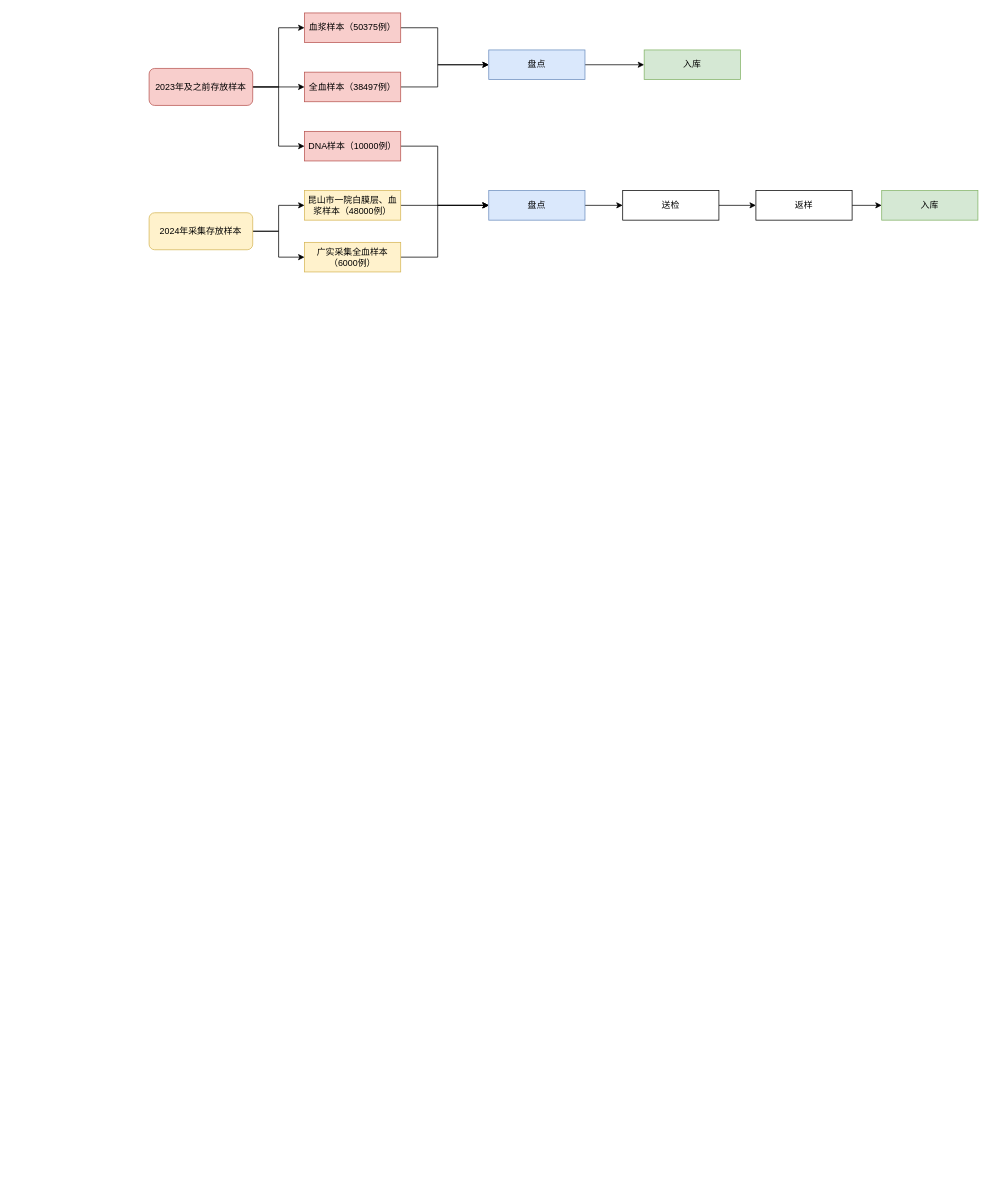
This is 未命名绘图.drawio from kkshaxqd/pipline_contral, a draw.io file, before an edit. Source tidied: cells renumbered, new cells numbered last; positions are measured from the earlier drawing's top-left corner, leaving out a move shared by most shapes. Both pictures are drawn from the tidied source at 74%, with x=0, y=0 at pixel (149, 13).
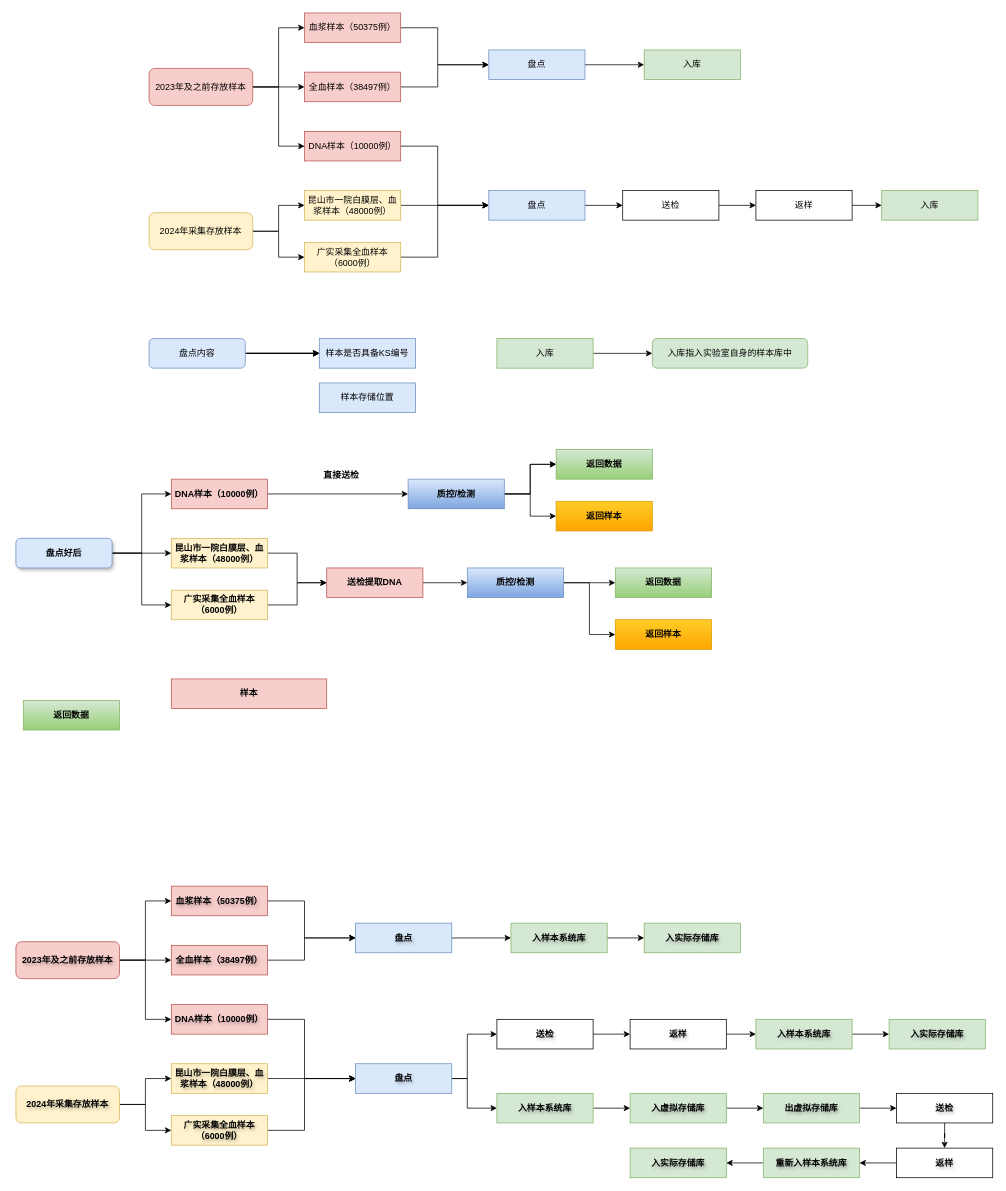
The same page after the edit.

Commit message:
样本库流程绘图.drawio

Diff of the diagram source:
```diff
@@
+    <mxCell id="29" style="edgeStyle=orthogonalEdgeStyle;rounded=0;jettySize=auto;html=1;" parent="1" edge="1" source="33" target="34">
+      <mxGeometry relative="1" as="geometry" />
+    </mxCell>
+    <mxCell id="30" style="edgeStyle=orthogonalEdgeStyle;rounded=0;jettySize=auto;html=1;" parent="1" edge="1" source="33" target="34">
+      <mxGeometry relative="1" as="geometry" />
+    </mxCell>
+    <mxCell id="31" style="edgeStyle=orthogonalEdgeStyle;rounded=0;jettySize=auto;html=1;" parent="1" edge="1" source="33" target="34">
+      <mxGeometry relative="1" as="geometry" />
+    </mxCell>
+    <mxCell id="32" style="edgeStyle=orthogonalEdgeStyle;rounded=0;jettySize=auto;html=1;" parent="1" edge="1" source="33" target="34">
+      <mxGeometry relative="1" as="geometry" />
+    </mxCell>
+    <mxCell id="33" value="盘点内容" style="rounded=1;whiteSpace=wrap;html=1;fillColor=#dae8fc;strokeColor=#6c8ebf;" parent="1" vertex="1">
+      <mxGeometry y="440" width="130" height="40" as="geometry" />
+    </mxCell>
+    <mxCell id="34" value="样本是否具备KS编号" style="rounded=0;whiteSpace=wrap;html=1;fillColor=#dae8fc;strokeColor=#6c8ebf;" parent="1" vertex="1">
+      <mxGeometry x="230" y="440" width="130" height="40" as="geometry" />
+    </mxCell>
+    <mxCell id="35" value="样本存储位置" style="rounded=0;whiteSpace=wrap;html=1;fillColor=#dae8fc;strokeColor=#6c8ebf;" parent="1" vertex="1">
+      <mxGeometry x="230" y="500" width="130" height="40" as="geometry" />
+    </mxCell>
+    <mxCell id="36" style="edgeStyle=orthogonalEdgeStyle;rounded=0;jettySize=auto;html=1;" parent="1" edge="1" source="37" target="38">
+      <mxGeometry relative="1" as="geometry" />
+    </mxCell>
+    <mxCell id="37" value="入库" style="rounded=0;whiteSpace=wrap;html=1;fillColor=#d5e8d4;strokeColor=#82b366;" parent="1" vertex="1">
+      <mxGeometry x="470" y="440" width="130" height="40" as="geometry" />
+    </mxCell>
+    <mxCell id="38" value="入库指入实验室自身的样本库中" style="rounded=1;whiteSpace=wrap;html=1;fillColor=#d5e8d4;strokeColor=#82b366;" parent="1" vertex="1">
+      <mxGeometry x="680" y="440" width="210" height="40" as="geometry" />
+    </mxCell>
+    <mxCell id="39" style="edgeStyle=orthogonalEdgeStyle;rounded=0;jettySize=auto;html=1;entryX=0;entryY=0.5;entryDx=0;entryDy=0;fontStyle=1;" parent="1" edge="1" source="40" target="53">
+      <mxGeometry relative="1" as="geometry" />
+    </mxCell>
+    <mxCell id="40" value="DNA样本（10000例）" style="rounded=0;whiteSpace=wrap;html=1;fillColor=#f8cecc;strokeColor=#b85450;fontStyle=1;" parent="1" vertex="1">
+      <mxGeometry x="30" y="630" width="130" height="40" as="geometry" />
+    </mxCell>
+    <mxCell id="41" style="edgeStyle=orthogonalEdgeStyle;rounded=0;jettySize=auto;html=1;entryX=0;entryY=0.5;entryDx=0;entryDy=0;fontStyle=1;" parent="1" edge="1" source="42" target="56">
+      <mxGeometry relative="1" as="geometry" />
+    </mxCell>
+    <mxCell id="42" value="昆山市一院白膜层、血浆样本（48000例）" style="rounded=0;whiteSpace=wrap;html=1;fillColor=#fff2cc;strokeColor=#d6b656;fontStyle=1;" parent="1" vertex="1">
+      <mxGeometry x="30" y="710" width="130" height="40" as="geometry" />
+    </mxCell>
+    <mxCell id="43" style="edgeStyle=orthogonalEdgeStyle;rounded=0;jettySize=auto;html=1;entryX=0;entryY=0.5;entryDx=0;entryDy=0;fontStyle=1;" parent="1" edge="1" source="44" target="56">
+      <mxGeometry relative="1" as="geometry" />
+    </mxCell>
+    <mxCell id="44" value="广实采集全血样本（6000例）" style="rounded=0;whiteSpace=wrap;html=1;fillColor=#fff2cc;strokeColor=#d6b656;fontStyle=1;" parent="1" vertex="1">
+      <mxGeometry x="30" y="780" width="130" height="40" as="geometry" />
+    </mxCell>
+    <mxCell id="45" value="返回样本" style="rounded=0;whiteSpace=wrap;html=1;fillColor=#ffcd28;gradientColor=#ffa500;strokeColor=#d79b00;fontStyle=1;" parent="1" vertex="1">
+      <mxGeometry x="550" y="660" width="130" height="40" as="geometry" />
+    </mxCell>
+    <mxCell id="46" style="edgeStyle=orthogonalEdgeStyle;rounded=0;jettySize=auto;html=1;entryX=0;entryY=0.5;entryDx=0;entryDy=0;fontStyle=1;" parent="1" edge="1" source="49" target="40">
+      <mxGeometry relative="1" as="geometry" />
+    </mxCell>
+    <mxCell id="47" style="edgeStyle=orthogonalEdgeStyle;rounded=0;jettySize=auto;html=1;entryX=0;entryY=0.5;entryDx=0;entryDy=0;fontStyle=1;" parent="1" edge="1" source="49" target="42">
+      <mxGeometry relative="1" as="geometry" />
+    </mxCell>
+    <mxCell id="48" style="edgeStyle=orthogonalEdgeStyle;rounded=0;jettySize=auto;html=1;entryX=0;entryY=0.5;entryDx=0;entryDy=0;fontStyle=1;" parent="1" edge="1" source="49" target="44">
+      <mxGeometry relative="1" as="geometry" />
+    </mxCell>
+    <mxCell id="49" value="盘点好后" style="rounded=1;whiteSpace=wrap;html=1;fillColor=#dae8fc;strokeColor=#6c8ebf;shadow=1;fontStyle=1;" parent="1" vertex="1">
+      <mxGeometry x="-180" y="710" width="130" height="40" as="geometry" />
+    </mxCell>
+    <mxCell id="50" style="edgeStyle=orthogonalEdgeStyle;rounded=0;jettySize=auto;html=1;fontStyle=1;" parent="1" edge="1" source="53" target="54">
+      <mxGeometry relative="1" as="geometry" />
+    </mxCell>
+    <mxCell id="51" style="edgeStyle=orthogonalEdgeStyle;rounded=0;jettySize=auto;html=1;fontStyle=1;" parent="1" edge="1" source="53" target="54">
+      <mxGeometry relative="1" as="geometry" />
+    </mxCell>
+    <mxCell id="52" style="edgeStyle=orthogonalEdgeStyle;rounded=0;jettySize=auto;html=1;entryX=0;entryY=0.5;entryDx=0;entryDy=0;fontStyle=1;" parent="1" edge="1" source="53" target="45">
+      <mxGeometry relative="1" as="geometry" />
+    </mxCell>
+    <mxCell id="53" value="质控/检测" style="rounded=0;whiteSpace=wrap;html=1;fillColor=#dae8fc;gradientColor=#7ea6e0;strokeColor=#6c8ebf;fontStyle=1;" parent="1" vertex="1">
+      <mxGeometry x="350" y="630" width="130" height="40" as="geometry" />
+    </mxCell>
+    <mxCell id="54" value="返回数据" style="rounded=0;whiteSpace=wrap;html=1;fillColor=#d5e8d4;strokeColor=#82b366;gradientColor=#97d077;fontStyle=1;" parent="1" vertex="1">
+      <mxGeometry x="550" y="590" width="130" height="40" as="geometry" />
+    </mxCell>
+    <mxCell id="55" style="edgeStyle=orthogonalEdgeStyle;rounded=0;jettySize=auto;html=1;fontStyle=1;" parent="1" edge="1" source="56" target="59">
+      <mxGeometry relative="1" as="geometry" />
+    </mxCell>
+    <mxCell id="56" value="送检提取DNA" style="rounded=0;whiteSpace=wrap;html=1;fillColor=#f8cecc;strokeColor=#b85450;fontStyle=1;" parent="1" vertex="1">
+      <mxGeometry x="240" y="750" width="130" height="40" as="geometry" />
+    </mxCell>
+    <mxCell id="57" style="edgeStyle=orthogonalEdgeStyle;rounded=0;jettySize=auto;html=1;fontStyle=1;" parent="1" edge="1" source="59" target="61">
+      <mxGeometry relative="1" as="geometry" />
+    </mxCell>
+    <mxCell id="58" style="edgeStyle=orthogonalEdgeStyle;rounded=0;jettySize=auto;html=1;entryX=0;entryY=0.5;entryDx=0;entryDy=0;fontStyle=1;" parent="1" edge="1" source="59" target="62">
+      <mxGeometry relative="1" as="geometry" />
+    </mxCell>
+    <mxCell id="59" value="质控/检测" style="rounded=0;whiteSpace=wrap;html=1;fillColor=#dae8fc;gradientColor=#7ea6e0;strokeColor=#6c8ebf;fontStyle=1;" parent="1" vertex="1">
+      <mxGeometry x="430" y="750" width="130" height="40" as="geometry" />
+    </mxCell>
+    <mxCell id="60" value="直接送检" style="text;html=1;align=center;verticalAlign=middle;whiteSpace=wrap;rounded=0;fontStyle=1;" parent="1" vertex="1">
+      <mxGeometry x="230" y="610" width="60" height="30" as="geometry" />
+    </mxCell>
+    <mxCell id="61" value="返回数据" style="rounded=0;whiteSpace=wrap;html=1;fillColor=#d5e8d4;gradientColor=#97d077;strokeColor=#82b366;fontStyle=1;" parent="1" vertex="1">
+      <mxGeometry x="630" y="750" width="130" height="40" as="geometry" />
+    </mxCell>
+    <mxCell id="62" value="返回样本" style="rounded=0;whiteSpace=wrap;html=1;fillColor=#ffcd28;gradientColor=#ffa500;strokeColor=#d79b00;fontStyle=1;" parent="1" vertex="1">
+      <mxGeometry x="630" y="820" width="130" height="40" as="geometry" />
+    </mxCell>
+    <mxCell id="63" value="返回数据" style="rounded=0;whiteSpace=wrap;html=1;fillColor=#d5e8d4;strokeColor=#82b366;gradientColor=#97d077;fontStyle=1;" parent="1" vertex="1">
+      <mxGeometry x="-170" y="929" width="130" height="40" as="geometry" />
+    </mxCell>
+    <mxCell id="64" value="样本" style="rounded=0;whiteSpace=wrap;html=1;fillColor=#f8cecc;strokeColor=#b85450;fontStyle=1;" parent="1" vertex="1">
+      <mxGeometry x="30" y="900" width="210" height="40" as="geometry" />
+    </mxCell>
+    <mxCell id="65" style="edgeStyle=orthogonalEdgeStyle;rounded=0;jettySize=auto;html=1;fontStyle=1;textShadow=1;" parent="1" edge="1" source="66" target="79">
+      <mxGeometry relative="1" as="geometry">
+        <Array as="points">
+          <mxPoint x="210" y="1200" />
+          <mxPoint x="210" y="1250" />
+        </Array>
+      </mxGeometry>
+    </mxCell>
+    <mxCell id="66" value="血浆样本（50375例）" style="rounded=0;whiteSpace=wrap;html=1;fillColor=#f8cecc;strokeColor=#b85450;fontStyle=1;textShadow=1;" parent="1" vertex="1">
+      <mxGeometry x="30" y="1180" width="130" height="40" as="geometry" />
+    </mxCell>
+    <mxCell id="67" style="edgeStyle=orthogonalEdgeStyle;rounded=0;jettySize=auto;html=1;entryX=0;entryY=0.5;entryDx=0;entryDy=0;fontStyle=1;textShadow=1;" parent="1" edge="1" source="68" target="79">
+      <mxGeometry relative="1" as="geometry">
+        <Array as="points">
+          <mxPoint x="210" y="1280" />
+          <mxPoint x="210" y="1250" />
+        </Array>
+      </mxGeometry>
+    </mxCell>
+    <mxCell id="68" value="全血样本（38497例）" style="rounded=0;whiteSpace=wrap;html=1;fillColor=#f8cecc;strokeColor=#b85450;fontStyle=1;textShadow=1;" parent="1" vertex="1">
+      <mxGeometry x="30" y="1260" width="130" height="40" as="geometry" />
+    </mxCell>
+    <mxCell id="69" style="edgeStyle=orthogonalEdgeStyle;rounded=0;jettySize=auto;html=1;fontStyle=1;textShadow=1;" parent="1" edge="1" source="70" target="77">
+      <mxGeometry relative="1" as="geometry">
+        <Array as="points">
+          <mxPoint x="210" y="1360" />
+          <mxPoint x="210" y="1440" />
+        </Array>
+      </mxGeometry>
+    </mxCell>
+    <mxCell id="70" value="DNA样本（10000例）" style="rounded=0;whiteSpace=wrap;html=1;fillColor=#f8cecc;strokeColor=#b85450;fontStyle=1;textShadow=1;" parent="1" vertex="1">
+      <mxGeometry x="30" y="1340" width="130" height="40" as="geometry" />
+    </mxCell>
+    <mxCell id="71" style="edgeStyle=orthogonalEdgeStyle;rounded=0;jettySize=auto;html=1;entryX=0;entryY=0.5;entryDx=0;entryDy=0;fontStyle=1;textShadow=1;" parent="1" edge="1" source="72" target="77">
+      <mxGeometry relative="1" as="geometry" />
+    </mxCell>
+    <mxCell id="72" value="昆山市一院白膜层、血浆样本（48000例）" style="rounded=0;whiteSpace=wrap;html=1;fillColor=#fff2cc;strokeColor=#d6b656;fontStyle=1;textShadow=1;" parent="1" vertex="1">
+      <mxGeometry x="30" y="1420" width="130" height="40" as="geometry" />
+    </mxCell>
+    <mxCell id="73" style="edgeStyle=orthogonalEdgeStyle;rounded=0;jettySize=auto;html=1;entryX=0;entryY=0.5;entryDx=0;entryDy=0;fontStyle=1;textShadow=1;" parent="1" edge="1" source="74" target="77">
+      <mxGeometry relative="1" as="geometry">
+        <Array as="points">
+          <mxPoint x="210" y="1510" />
+          <mxPoint x="210" y="1440" />
+        </Array>
+      </mxGeometry>
+    </mxCell>
+    <mxCell id="74" value="广实采集全血样本（6000例）" style="rounded=0;whiteSpace=wrap;html=1;fillColor=#fff2cc;strokeColor=#d6b656;fontStyle=1;textShadow=1;" parent="1" vertex="1">
+      <mxGeometry x="30" y="1490" width="130" height="40" as="geometry" />
+    </mxCell>
+    <mxCell id="75" style="edgeStyle=orthogonalEdgeStyle;rounded=0;jettySize=auto;html=1;fontStyle=1;textShadow=1;" parent="1" edge="1" source="77" target="81">
+      <mxGeometry relative="1" as="geometry">
+        <Array as="points">
+          <mxPoint x="430" y="1440" />
+          <mxPoint x="430" y="1380" />
+        </Array>
+      </mxGeometry>
+    </mxCell>
+    <mxCell id="76" style="edgeStyle=orthogonalEdgeStyle;rounded=0;jettySize=auto;html=1;entryX=0;entryY=0.5;entryDx=0;entryDy=0;fontStyle=1;textShadow=1;" parent="1" edge="1" source="77" target="98">
+      <mxGeometry relative="1" as="geometry">
+        <Array as="points">
+          <mxPoint x="430" y="1440" />
+          <mxPoint x="430" y="1480" />
+        </Array>
+      </mxGeometry>
+    </mxCell>
+    <mxCell id="77" value="盘点" style="rounded=0;whiteSpace=wrap;html=1;fillColor=#dae8fc;strokeColor=#6c8ebf;fontStyle=1;textShadow=1;" parent="1" vertex="1">
+      <mxGeometry x="279" y="1420" width="130" height="40" as="geometry" />
+    </mxCell>
+    <mxCell id="78" style="edgeStyle=orthogonalEdgeStyle;rounded=0;jettySize=auto;html=1;fontStyle=1;textShadow=1;" parent="1" edge="1" source="79" target="87">
+      <mxGeometry relative="1" as="geometry" />
+    </mxCell>
+    <mxCell id="79" value="盘点" style="rounded=0;whiteSpace=wrap;html=1;fillColor=#dae8fc;strokeColor=#6c8ebf;fontStyle=1;textShadow=1;" parent="1" vertex="1">
+      <mxGeometry x="279" y="1230" width="130" height="40" as="geometry" />
+    </mxCell>
+    <mxCell id="80" style="edgeStyle=orthogonalEdgeStyle;rounded=0;jettySize=auto;html=1;fontStyle=1;textShadow=1;" parent="1" edge="1" source="81" target="83">
+      <mxGeometry relative="1" as="geometry" />
+    </mxCell>
+    <mxCell id="81" value="送检" style="rounded=0;whiteSpace=wrap;html=1;fontStyle=1;textShadow=1;" parent="1" vertex="1">
+      <mxGeometry x="470" y="1360" width="130" height="40" as="geometry" />
+    </mxCell>
+    <mxCell id="82" style="edgeStyle=orthogonalEdgeStyle;rounded=0;jettySize=auto;html=1;fontStyle=1;textShadow=1;" parent="1" edge="1" source="83" target="85">
+      <mxGeometry relative="1" as="geometry" />
+    </mxCell>
+    <mxCell id="83" value="返样" style="rounded=0;whiteSpace=wrap;html=1;fontStyle=1;textShadow=1;" parent="1" vertex="1">
+      <mxGeometry x="650" y="1360" width="130" height="40" as="geometry" />
+    </mxCell>
+    <mxCell id="84" style="edgeStyle=orthogonalEdgeStyle;rounded=0;jettySize=auto;html=1;fontStyle=1;textShadow=1;" parent="1" edge="1" source="85" target="96">
+      <mxGeometry relative="1" as="geometry" />
+    </mxCell>
+    <mxCell id="85" value="入样本系统库" style="rounded=0;whiteSpace=wrap;html=1;fillColor=#d5e8d4;strokeColor=#82b366;fontStyle=1;textShadow=1;" parent="1" vertex="1">
+      <mxGeometry x="820" y="1360" width="130" height="40" as="geometry" />
+    </mxCell>
+    <mxCell id="86" style="edgeStyle=orthogonalEdgeStyle;rounded=0;jettySize=auto;html=1;fontStyle=1;textShadow=1;" parent="1" edge="1" source="87" target="95">
+      <mxGeometry relative="1" as="geometry" />
+    </mxCell>
+    <mxCell id="87" value="入样本系统库" style="rounded=0;whiteSpace=wrap;html=1;fillColor=#d5e8d4;strokeColor=#82b366;fontStyle=1;textShadow=1;" parent="1" vertex="1">
+      <mxGeometry x="489" y="1230" width="130" height="40" as="geometry" />
+    </mxCell>
+    <mxCell id="88" style="edgeStyle=orthogonalEdgeStyle;rounded=0;jettySize=auto;html=1;entryX=0;entryY=0.5;entryDx=0;entryDy=0;fontStyle=1;textShadow=1;" parent="1" edge="1" source="91" target="66">
+      <mxGeometry relative="1" as="geometry" />
+    </mxCell>
+    <mxCell id="89" style="edgeStyle=orthogonalEdgeStyle;rounded=0;jettySize=auto;html=1;entryX=0;entryY=0.5;entryDx=0;entryDy=0;fontStyle=1;textShadow=1;" parent="1" edge="1" source="91" target="68">
+      <mxGeometry relative="1" as="geometry" />
+    </mxCell>
+    <mxCell id="90" style="edgeStyle=orthogonalEdgeStyle;rounded=0;jettySize=auto;html=1;entryX=0;entryY=0.5;entryDx=0;entryDy=0;fontStyle=1;textShadow=1;" parent="1" edge="1" source="91" target="70">
+      <mxGeometry relative="1" as="geometry" />
+    </mxCell>
+    <mxCell id="91" value="2023年及之前存放样本" style="rounded=1;whiteSpace=wrap;html=1;fillColor=#f8cecc;strokeColor=#b85450;fontStyle=1;textShadow=1;" parent="1" vertex="1">
+      <mxGeometry x="-180" y="1255" width="140" height="50" as="geometry" />
+    </mxCell>
+    <mxCell id="92" style="edgeStyle=orthogonalEdgeStyle;rounded=0;jettySize=auto;html=1;entryX=0;entryY=0.5;entryDx=0;entryDy=0;fontStyle=1;textShadow=1;" parent="1" edge="1" source="94" target="72">
+      <mxGeometry relative="1" as="geometry" />
+    </mxCell>
+    <mxCell id="93" style="edgeStyle=orthogonalEdgeStyle;rounded=0;jettySize=auto;html=1;entryX=0;entryY=0.5;entryDx=0;entryDy=0;fontStyle=1;textShadow=1;" parent="1" edge="1" source="94" target="74">
+      <mxGeometry relative="1" as="geometry" />
+    </mxCell>
+    <mxCell id="94" value="2024年采集存放样本" style="rounded=1;whiteSpace=wrap;html=1;fillColor=#fff2cc;strokeColor=#d6b656;fontStyle=1;textShadow=1;" parent="1" vertex="1">
+      <mxGeometry x="-180" y="1450" width="140" height="50" as="geometry" />
+    </mxCell>
+    <mxCell id="95" value="入实际存储库" style="rounded=0;whiteSpace=wrap;html=1;fillColor=#d5e8d4;strokeColor=#82b366;fontStyle=1;textShadow=1;" parent="1" vertex="1">
+      <mxGeometry x="669" y="1230" width="130" height="40" as="geometry" />
+    </mxCell>
+    <mxCell id="96" value="入实际存储库" style="rounded=0;whiteSpace=wrap;html=1;fillColor=#d5e8d4;strokeColor=#82b366;fontStyle=1;textShadow=1;" parent="1" vertex="1">
+      <mxGeometry x="1000" y="1360" width="130" height="40" as="geometry" />
+    </mxCell>
+    <mxCell id="97" style="edgeStyle=orthogonalEdgeStyle;rounded=0;jettySize=auto;html=1;fontStyle=1;textShadow=1;" parent="1" edge="1" source="98" target="100">
+      <mxGeometry relative="1" as="geometry" />
+    </mxCell>
+    <mxCell id="98" value="入样本系统库" style="rounded=0;whiteSpace=wrap;html=1;fillColor=#d5e8d4;strokeColor=#82b366;fontStyle=1;textShadow=1;" parent="1" vertex="1">
+      <mxGeometry x="470" y="1460" width="130" height="40" as="geometry" />
+    </mxCell>
+    <mxCell id="99" style="edgeStyle=orthogonalEdgeStyle;rounded=0;jettySize=auto;html=1;fontStyle=1;textShadow=1;" parent="1" edge="1" source="100" target="102">
+      <mxGeometry relative="1" as="geometry" />
+    </mxCell>
+    <mxCell id="100" value="入虚拟存储库" style="rounded=0;whiteSpace=wrap;html=1;fillColor=#d5e8d4;strokeColor=#82b366;fontStyle=1;textShadow=1;" parent="1" vertex="1">
+      <mxGeometry x="650" y="1460" width="130" height="40" as="geometry" />
+    </mxCell>
+    <mxCell id="101" style="edgeStyle=orthogonalEdgeStyle;rounded=0;jettySize=auto;html=1;entryX=0;entryY=0.5;entryDx=0;entryDy=0;fontStyle=1;textShadow=1;" parent="1" edge="1" source="102" target="104">
+      <mxGeometry relative="1" as="geometry" />
+    </mxCell>
+    <mxCell id="102" value="出虚拟存储库" style="rounded=0;whiteSpace=wrap;html=1;fillColor=#d5e8d4;strokeColor=#82b366;fontStyle=1;textShadow=1;" parent="1" vertex="1">
+      <mxGeometry x="830" y="1460" width="130" height="40" as="geometry" />
+    </mxCell>
+    <mxCell id="103" style="edgeStyle=orthogonalEdgeStyle;rounded=0;jettySize=auto;html=1;fontStyle=1;textShadow=1;" parent="1" edge="1" source="104" target="106">
+      <mxGeometry relative="1" as="geometry" />
+    </mxCell>
+    <mxCell id="104" value="送检" style="rounded=0;whiteSpace=wrap;html=1;fontStyle=1;textShadow=1;" parent="1" vertex="1">
+      <mxGeometry x="1010" y="1460" width="130" height="40" as="geometry" />
+    </mxCell>
+    <mxCell id="105" style="edgeStyle=orthogonalEdgeStyle;rounded=0;jettySize=auto;html=1;entryX=1;entryY=0.5;entryDx=0;entryDy=0;fontStyle=1;textShadow=1;" parent="1" edge="1" source="106" target="108">
+      <mxGeometry relative="1" as="geometry" />
+    </mxCell>
+    <mxCell id="106" value="返样" style="rounded=0;whiteSpace=wrap;html=1;fontStyle=1;textShadow=1;" parent="1" vertex="1">
+      <mxGeometry x="1010" y="1534" width="130" height="40" as="geometry" />
+    </mxCell>
+    <mxCell id="107" style="edgeStyle=orthogonalEdgeStyle;rounded=0;jettySize=auto;html=1;fontStyle=1;textShadow=1;" parent="1" edge="1" source="108" target="109">
+      <mxGeometry relative="1" as="geometry" />
+    </mxCell>
+    <mxCell id="108" value="重新入样本系统库" style="rounded=0;whiteSpace=wrap;html=1;fillColor=#d5e8d4;strokeColor=#82b366;fontStyle=1;textShadow=1;" parent="1" vertex="1">
+      <mxGeometry x="830" y="1534" width="130" height="40" as="geometry" />
+    </mxCell>
+    <mxCell id="109" value="入实际存储库" style="rounded=0;whiteSpace=wrap;html=1;fillColor=#d5e8d4;strokeColor=#82b366;fontStyle=1;textShadow=1;" parent="1" vertex="1">
+      <mxGeometry x="650" y="1534" width="130" height="40" as="geometry" />
+    </mxCell>
```
